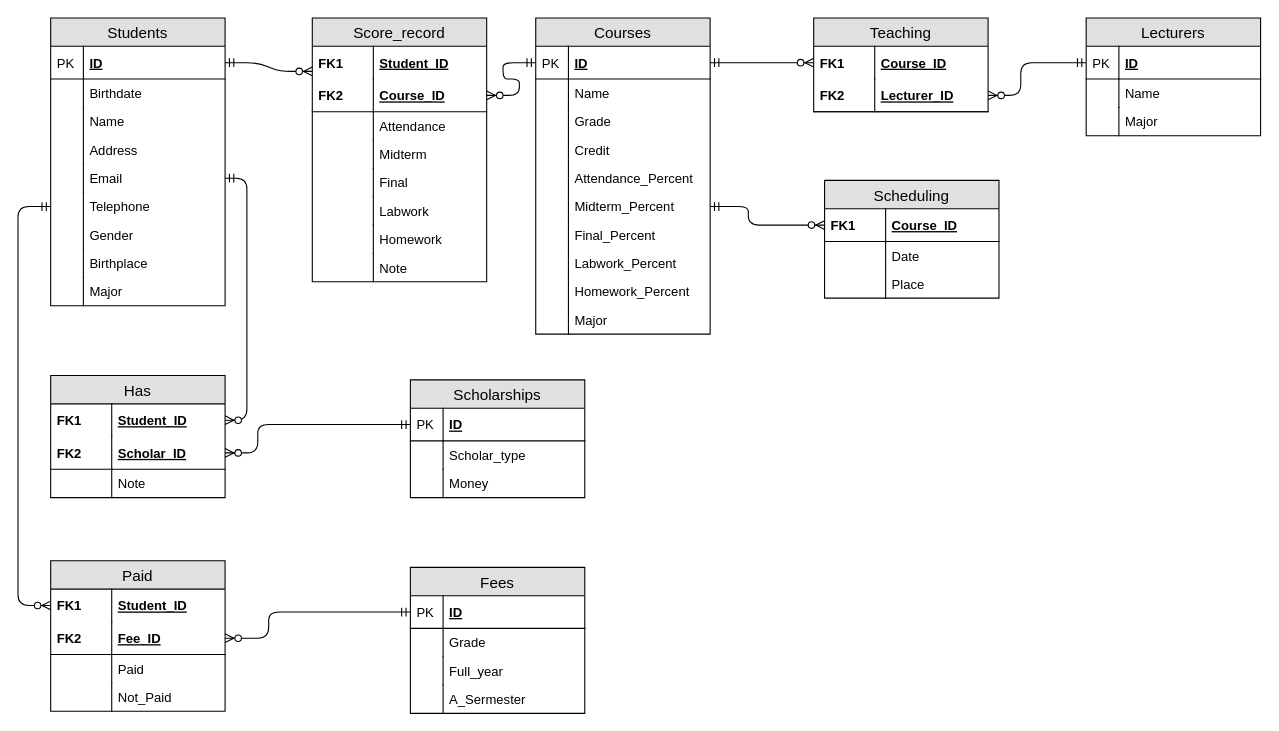
This is src/Table_diagram.drawio from larycoder/Database_Project-students_mangement, a draw.io file, before an edit. Source tidied: cells renumbered, new cells numbered last; positions are measured from the earlier drawing's top-left corner, leaving out a move shared by most shapes. Both pictures are drawn from the tidied source at 109%, with x=0, y=0 at pixel (17, 17).
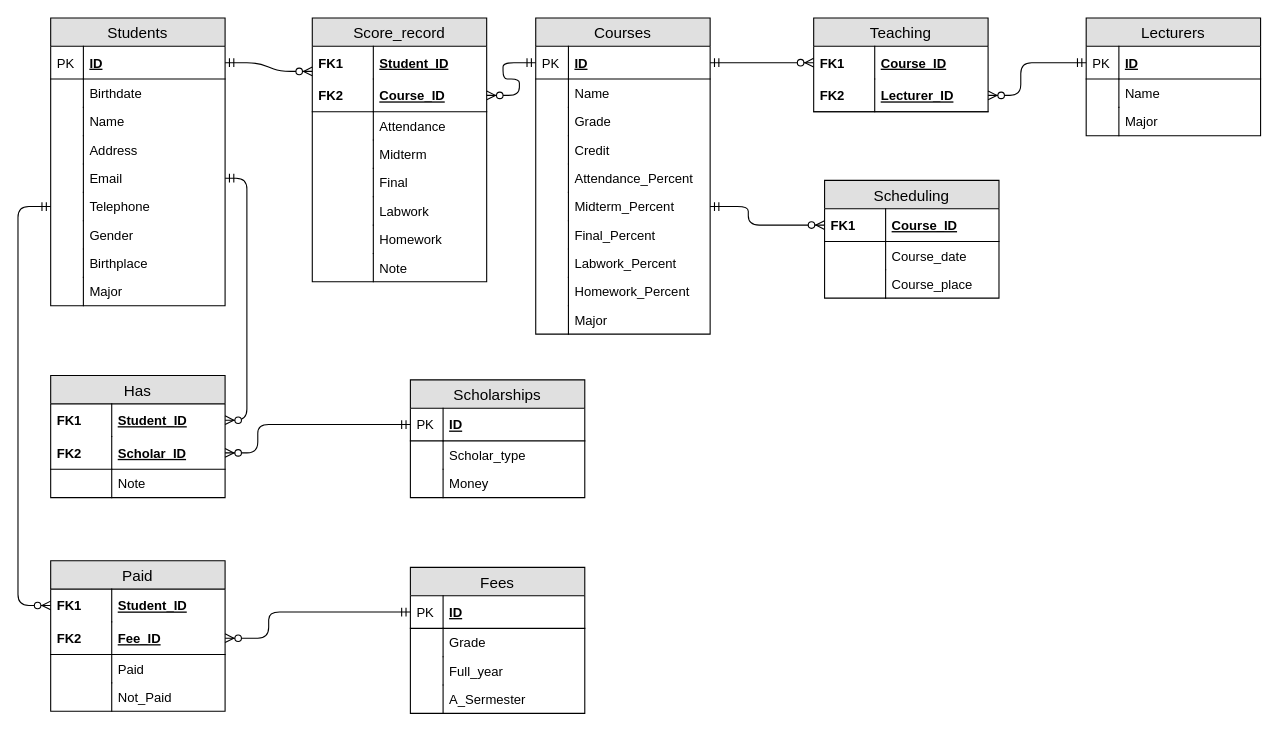
The same page after the edit.

The change refers to these unchanged cells:
```xml
<mxCell id="87" value="Scheduling" style="swimlane;fontStyle=0;horizontal=1;startSize=26;fillColor=#e0e0e0;swimlaneFillColor=#ffffff;align=center;fontSize=14;" parent="1" vertex="1">
  <mxGeometry x="740" y="149" width="160" height="108" as="geometry" />
</mxCell>
```

Diff of the diagram source:
```diff
@@
-    <mxCell id="90" value="Date" style="shape=partialRectangle;top=0;left=0;right=0;bottom=0;align=left;verticalAlign=top;fillColor=none;spacingLeft=60;spacingRight=4;overflow=hidden;fontSize=12;" parent="87" vertex="1">
+    <mxCell id="90" value="Course_date" style="shape=partialRectangle;top=0;left=0;right=0;bottom=0;align=left;verticalAlign=top;fillColor=none;spacingLeft=60;spacingRight=4;overflow=hidden;fontSize=12;" parent="87" vertex="1">
       <mxGeometry y="56" width="160" height="26" as="geometry" />
     </mxCell>
@@
-    <mxCell id="92" value="Place" style="shape=partialRectangle;top=0;left=0;right=0;bottom=0;align=left;verticalAlign=top;fillColor=none;spacingLeft=60;spacingRight=4;overflow=hidden;fontSize=12;" parent="87" vertex="1">
+    <mxCell id="92" value="Course_place" style="shape=partialRectangle;top=0;left=0;right=0;bottom=0;align=left;verticalAlign=top;fillColor=none;spacingLeft=60;spacingRight=4;overflow=hidden;fontSize=12;" parent="87" vertex="1">
       <mxGeometry y="82" width="160" height="26" as="geometry" />
     </mxCell>
```
